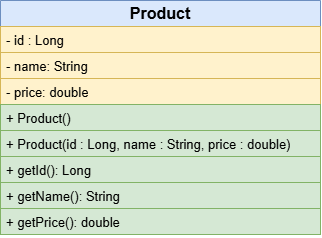
Above: docs/uml/Product.drawio.png in Hasaka05/products-api (draw.io), before the change. Source tidied: cells renumbered, new cells last; positions are measured from the earlier drawing's top-left corner, leaving out a move shared by most shapes. Its diagram source:
```xml
<mxGraphModel>
  <root>
    <mxCell id="0" />
    <mxCell id="1" parent="0" />
    <mxCell id="2" value="&lt;font style=&quot;font-size: 16px;&quot;&gt;&lt;b style=&quot;&quot;&gt;Product&lt;/b&gt;&lt;/font&gt;" style="swimlane;fontStyle=0;horizontal=1;startSize=26;fillColor=#dae8fc;whiteSpace=wrap;html=1;strokeColor=#6c8ebf;" parent="1" vertex="1">
      <mxGeometry width="320" height="104" as="geometry" />
    </mxCell>
    <mxCell id="3" value="&lt;font style=&quot;font-size: 13px;&quot;&gt;&lt;span&gt;- &lt;/span&gt;&lt;span&gt;id &lt;/span&gt;&lt;span&gt;: &lt;/span&gt;&lt;span&gt;Long&lt;/span&gt;&lt;/font&gt;" style="text;strokeColor=#d6b656;fillColor=#fff2cc;align=left;verticalAlign=top;spacingLeft=4;spacingRight=4;overflow=hidden;whiteSpace=wrap;html=1;" parent="2" vertex="1">
      <mxGeometry y="26" width="320" height="26" as="geometry" />
    </mxCell>
    <mxCell id="4" value="&lt;font style=&quot;font-size: 13px;&quot;&gt;&lt;span&gt;- name:&lt;/span&gt;&lt;span&gt;&amp;nbsp;&lt;/span&gt;&lt;span&gt;String&lt;/span&gt;&lt;/font&gt;" style="text;strokeColor=#d6b656;fillColor=#fff2cc;align=left;verticalAlign=top;spacingLeft=4;spacingRight=4;overflow=hidden;whiteSpace=wrap;html=1;" parent="2" vertex="1">
      <mxGeometry y="52" width="320" height="26" as="geometry" />
    </mxCell>
    <mxCell id="5" value="&lt;font style=&quot;font-size: 13px;&quot;&gt;&lt;span&gt;- price:&lt;/span&gt;&lt;span&gt;&amp;nbsp;&lt;/span&gt;&lt;span&gt;double&lt;/span&gt;&lt;/font&gt;" style="text;strokeColor=#d6b656;fillColor=#fff2cc;align=left;verticalAlign=top;spacingLeft=4;spacingRight=4;overflow=hidden;whiteSpace=wrap;html=1;" parent="2" vertex="1">
      <mxGeometry y="78" width="320" height="26" as="geometry" />
    </mxCell>
    <mxCell id="6" value="&lt;font style=&quot;font-size: 13px;&quot;&gt;&lt;span&gt;- price:&lt;/span&gt;&lt;span&gt;&amp;nbsp;&lt;/span&gt;&lt;span&gt;double&lt;/span&gt;&lt;/font&gt;" style="text;strokeColor=#d6b656;fillColor=#fff2cc;align=left;verticalAlign=top;spacingLeft=4;spacingRight=4;overflow=hidden;whiteSpace=wrap;html=1;" parent="1" vertex="1">
      <mxGeometry y="78" width="320" height="26" as="geometry" />
    </mxCell>
    <mxCell id="7" value="&lt;font style=&quot;font-size: 13px;&quot;&gt;&lt;span&gt;+ &lt;/span&gt;&lt;span&gt;Product()&lt;/span&gt;&lt;/font&gt;" style="text;strokeColor=#82b366;fillColor=#d5e8d4;align=left;verticalAlign=top;spacingLeft=4;spacingRight=4;overflow=hidden;points=[[0,0.5],[1,0.5]];portConstraint=eastwest;whiteSpace=wrap;html=1;" parent="1" vertex="1">
      <mxGeometry y="104" width="320" height="26" as="geometry" />
    </mxCell>
    <mxCell id="8" value="&lt;font style=&quot;font-size: 13px;&quot;&gt;&lt;span&gt;+ &lt;/span&gt;&lt;span&gt;Product(id &lt;/span&gt;&lt;span&gt;: &lt;/span&gt;&lt;span&gt;Long, &lt;/span&gt;&lt;span&gt;name &lt;/span&gt;&lt;span&gt;: &lt;/span&gt;&lt;span&gt;String, &lt;/span&gt;&lt;span&gt;price &lt;/span&gt;&lt;span&gt;: &lt;/span&gt;&lt;span&gt;double)&lt;/span&gt;&lt;/font&gt;" style="text;strokeColor=#82b366;fillColor=#d5e8d4;align=left;verticalAlign=top;spacingLeft=4;spacingRight=4;overflow=hidden;whiteSpace=wrap;html=1;" parent="1" vertex="1">
      <mxGeometry y="130" width="320" height="26" as="geometry" />
    </mxCell>
    <mxCell id="9" value="&lt;font style=&quot;font-size: 13px;&quot;&gt;&lt;span&gt;+ &lt;/span&gt;&lt;span&gt;getId():&lt;/span&gt;&lt;span&gt;&amp;nbsp;&lt;/span&gt;&lt;span&gt;Long&lt;/span&gt;&lt;/font&gt;" style="text;strokeColor=#82b366;fillColor=#d5e8d4;align=left;verticalAlign=top;spacingLeft=4;spacingRight=4;overflow=hidden;whiteSpace=wrap;html=1;" parent="1" vertex="1">
      <mxGeometry y="156" width="320" height="26" as="geometry" />
    </mxCell>
    <mxCell id="10" value="&lt;font style=&quot;font-size: 13px;&quot;&gt;&lt;span&gt;+ &lt;/span&gt;&lt;span&gt;getPrice():&lt;/span&gt;&lt;span&gt;&amp;nbsp;&lt;/span&gt;&lt;span&gt;double&lt;/span&gt;&lt;/font&gt;" style="text;strokeColor=#82b366;fillColor=#d5e8d4;align=left;verticalAlign=top;spacingLeft=4;spacingRight=4;overflow=hidden;whiteSpace=wrap;html=1;" parent="1" vertex="1">
      <mxGeometry y="208" width="320" height="26" as="geometry" />
    </mxCell>
    <mxCell id="11" value="&lt;font style=&quot;font-size: 13px;&quot;&gt;&lt;span&gt;+ &lt;/span&gt;&lt;span&gt;getName():&lt;/span&gt;&lt;span&gt;&amp;nbsp;&lt;/span&gt;&lt;span&gt;String&lt;/span&gt;&lt;/font&gt;" style="text;strokeColor=#82b366;fillColor=#d5e8d4;align=left;verticalAlign=top;spacingLeft=4;spacingRight=4;overflow=hidden;whiteSpace=wrap;html=1;" parent="1" vertex="1">
      <mxGeometry y="182" width="320" height="26" as="geometry" />
    </mxCell>
  </root>
</mxGraphModel>
```
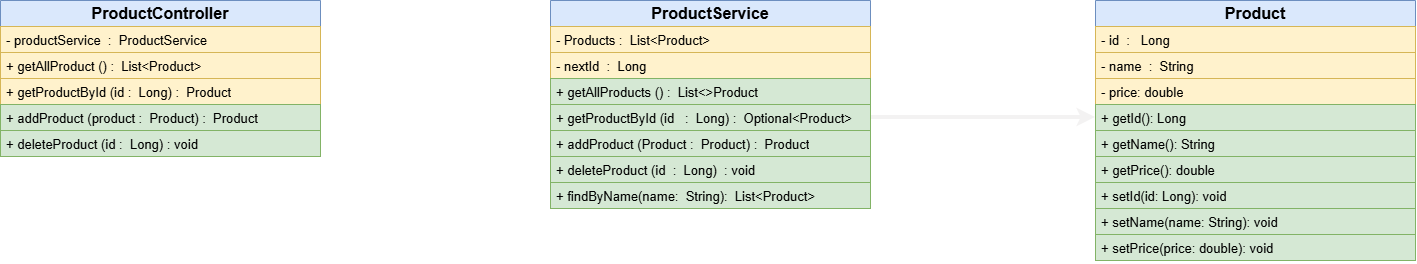
Later version of the same file.

Commit message:
git commit -m "Tutorial 3: ProductService with List - four CRUD endpoints working"

Change to the diagram source:
```diff
@@ -5,32 +5,80 @@
     <mxCell id="2" value="&lt;font style=&quot;font-size: 16px;&quot;&gt;&lt;b style=&quot;&quot;&gt;Product&lt;/b&gt;&lt;/font&gt;" style="swimlane;fontStyle=0;horizontal=1;startSize=26;fillColor=#dae8fc;whiteSpace=wrap;html=1;strokeColor=#6c8ebf;" parent="1" vertex="1">
       <mxGeometry width="320" height="104" as="geometry" />
     </mxCell>
-    <mxCell id="3" value="&lt;font style=&quot;font-size: 13px;&quot;&gt;&lt;span&gt;- &lt;/span&gt;&lt;span&gt;id &lt;/span&gt;&lt;span&gt;: &lt;/span&gt;&lt;span&gt;Long&lt;/span&gt;&lt;/font&gt;" style="text;strokeColor=#d6b656;fillColor=#fff2cc;align=left;verticalAlign=top;spacingLeft=4;spacingRight=4;overflow=hidden;whiteSpace=wrap;html=1;" parent="2" vertex="1">
+    <mxCell id="3" value="&lt;font style=&quot;font-size: 13px;&quot;&gt;&lt;span&gt;- &lt;/span&gt;&lt;span&gt;id&amp;nbsp; :&amp;nbsp;&amp;nbsp;&lt;/span&gt;&lt;span&gt;&amp;nbsp;&lt;/span&gt;&lt;span&gt;Long&lt;/span&gt;&lt;/font&gt;" style="text;strokeColor=#d6b656;fillColor=#fff2cc;align=left;verticalAlign=top;spacingLeft=4;spacingRight=4;overflow=hidden;whiteSpace=wrap;html=1;" parent="2" vertex="1">
       <mxGeometry y="26" width="320" height="26" as="geometry" />
     </mxCell>
-    <mxCell id="4" value="&lt;font style=&quot;font-size: 13px;&quot;&gt;&lt;span&gt;- name:&lt;/span&gt;&lt;span&gt;&amp;nbsp;&lt;/span&gt;&lt;span&gt;String&lt;/span&gt;&lt;/font&gt;" style="text;strokeColor=#d6b656;fillColor=#fff2cc;align=left;verticalAlign=top;spacingLeft=4;spacingRight=4;overflow=hidden;whiteSpace=wrap;html=1;" parent="2" vertex="1">
+    <mxCell id="4" value="&lt;font style=&quot;font-size: 13px;&quot;&gt;&lt;span&gt;- name&amp;nbsp; :&amp;nbsp;&amp;nbsp;&lt;/span&gt;&lt;span&gt;String&lt;/span&gt;&lt;/font&gt;" style="text;strokeColor=#d6b656;fillColor=#fff2cc;align=left;verticalAlign=top;spacingLeft=4;spacingRight=4;overflow=hidden;whiteSpace=wrap;html=1;" parent="2" vertex="1">
       <mxGeometry y="52" width="320" height="26" as="geometry" />
     </mxCell>
     <mxCell id="5" value="&lt;font style=&quot;font-size: 13px;&quot;&gt;&lt;span&gt;- price:&lt;/span&gt;&lt;span&gt;&amp;nbsp;&lt;/span&gt;&lt;span&gt;double&lt;/span&gt;&lt;/font&gt;" style="text;strokeColor=#d6b656;fillColor=#fff2cc;align=left;verticalAlign=top;spacingLeft=4;spacingRight=4;overflow=hidden;whiteSpace=wrap;html=1;" parent="2" vertex="1">
       <mxGeometry y="78" width="320" height="26" as="geometry" />
     </mxCell>
-    <mxCell id="6" value="&lt;font style=&quot;font-size: 13px;&quot;&gt;&lt;span&gt;- price:&lt;/span&gt;&lt;span&gt;&amp;nbsp;&lt;/span&gt;&lt;span&gt;double&lt;/span&gt;&lt;/font&gt;" style="text;strokeColor=#d6b656;fillColor=#fff2cc;align=left;verticalAlign=top;spacingLeft=4;spacingRight=4;overflow=hidden;whiteSpace=wrap;html=1;" parent="1" vertex="1">
-      <mxGeometry y="78" width="320" height="26" as="geometry" />
-    </mxCell>
-    <mxCell id="7" value="&lt;font style=&quot;font-size: 13px;&quot;&gt;&lt;span&gt;+ &lt;/span&gt;&lt;span&gt;Product()&lt;/span&gt;&lt;/font&gt;" style="text;strokeColor=#82b366;fillColor=#d5e8d4;align=left;verticalAlign=top;spacingLeft=4;spacingRight=4;overflow=hidden;points=[[0,0.5],[1,0.5]];portConstraint=eastwest;whiteSpace=wrap;html=1;" parent="1" vertex="1">
+    <mxCell id="7" value="&lt;span style=&quot;font-size: 13px;&quot;&gt;+ &lt;/span&gt;&lt;span style=&quot;font-size: 13px;&quot;&gt;getId():&lt;/span&gt;&lt;span style=&quot;font-size: 13px;&quot;&gt; &lt;/span&gt;&lt;span style=&quot;font-size: 13px;&quot;&gt;Long&lt;/span&gt;" style="text;strokeColor=#82b366;fillColor=#d5e8d4;align=left;verticalAlign=top;spacingLeft=4;spacingRight=4;overflow=hidden;points=[[0,0.5],[1,0.5]];portConstraint=eastwest;whiteSpace=wrap;html=1;" parent="1" vertex="1">
       <mxGeometry y="104" width="320" height="26" as="geometry" />
     </mxCell>
-    <mxCell id="8" value="&lt;font style=&quot;font-size: 13px;&quot;&gt;&lt;span&gt;+ &lt;/span&gt;&lt;span&gt;Product(id &lt;/span&gt;&lt;span&gt;: &lt;/span&gt;&lt;span&gt;Long, &lt;/span&gt;&lt;span&gt;name &lt;/span&gt;&lt;span&gt;: &lt;/span&gt;&lt;span&gt;String, &lt;/span&gt;&lt;span&gt;price &lt;/span&gt;&lt;span&gt;: &lt;/span&gt;&lt;span&gt;double)&lt;/span&gt;&lt;/font&gt;" style="text;strokeColor=#82b366;fillColor=#d5e8d4;align=left;verticalAlign=top;spacingLeft=4;spacingRight=4;overflow=hidden;whiteSpace=wrap;html=1;" parent="1" vertex="1">
+    <mxCell id="8" value="&lt;span style=&quot;font-size: 13px;&quot;&gt;+ &lt;/span&gt;&lt;span style=&quot;font-size: 13px;&quot;&gt;getName():&lt;/span&gt;&lt;span style=&quot;font-size: 13px;&quot;&gt; &lt;/span&gt;&lt;span style=&quot;font-size: 13px;&quot;&gt;String&lt;/span&gt;" style="text;strokeColor=#82b366;fillColor=#d5e8d4;align=left;verticalAlign=top;spacingLeft=4;spacingRight=4;overflow=hidden;whiteSpace=wrap;html=1;" parent="1" vertex="1">
       <mxGeometry y="130" width="320" height="26" as="geometry" />
     </mxCell>
-    <mxCell id="9" value="&lt;font style=&quot;font-size: 13px;&quot;&gt;&lt;span&gt;+ &lt;/span&gt;&lt;span&gt;getId():&lt;/span&gt;&lt;span&gt;&amp;nbsp;&lt;/span&gt;&lt;span&gt;Long&lt;/span&gt;&lt;/font&gt;" style="text;strokeColor=#82b366;fillColor=#d5e8d4;align=left;verticalAlign=top;spacingLeft=4;spacingRight=4;overflow=hidden;whiteSpace=wrap;html=1;" parent="1" vertex="1">
+    <mxCell id="9" value="&lt;span style=&quot;font-size: 13px;&quot;&gt;+ &lt;/span&gt;&lt;span style=&quot;font-size: 13px;&quot;&gt;getPrice():&lt;/span&gt;&lt;span style=&quot;font-size: 13px;&quot;&gt; &lt;/span&gt;&lt;span style=&quot;font-size: 13px;&quot;&gt;double&lt;/span&gt;" style="text;strokeColor=#82b366;fillColor=#d5e8d4;align=left;verticalAlign=top;spacingLeft=4;spacingRight=4;overflow=hidden;whiteSpace=wrap;html=1;" parent="1" vertex="1">
       <mxGeometry y="156" width="320" height="26" as="geometry" />
     </mxCell>
-    <mxCell id="10" value="&lt;font style=&quot;font-size: 13px;&quot;&gt;&lt;span&gt;+ &lt;/span&gt;&lt;span&gt;getPrice():&lt;/span&gt;&lt;span&gt;&amp;nbsp;&lt;/span&gt;&lt;span&gt;double&lt;/span&gt;&lt;/font&gt;" style="text;strokeColor=#82b366;fillColor=#d5e8d4;align=left;verticalAlign=top;spacingLeft=4;spacingRight=4;overflow=hidden;whiteSpace=wrap;html=1;" parent="1" vertex="1">
+    <mxCell id="10" value="&lt;font style=&quot;font-size: 13px;&quot;&gt;+ setName(name: String): void&lt;/font&gt;" style="text;strokeColor=#82b366;fillColor=#d5e8d4;align=left;verticalAlign=top;spacingLeft=4;spacingRight=4;overflow=hidden;whiteSpace=wrap;html=1;" parent="1" vertex="1">
       <mxGeometry y="208" width="320" height="26" as="geometry" />
     </mxCell>
-    <mxCell id="11" value="&lt;font style=&quot;font-size: 13px;&quot;&gt;&lt;span&gt;+ &lt;/span&gt;&lt;span&gt;getName():&lt;/span&gt;&lt;span&gt;&amp;nbsp;&lt;/span&gt;&lt;span&gt;String&lt;/span&gt;&lt;/font&gt;" style="text;strokeColor=#82b366;fillColor=#d5e8d4;align=left;verticalAlign=top;spacingLeft=4;spacingRight=4;overflow=hidden;whiteSpace=wrap;html=1;" parent="1" vertex="1">
+    <mxCell id="11" value="&lt;font style=&quot;font-size: 13px;&quot;&gt;+ setId(id: Long): void&lt;/font&gt;" style="text;strokeColor=#82b366;fillColor=#d5e8d4;align=left;verticalAlign=top;spacingLeft=4;spacingRight=4;overflow=hidden;whiteSpace=wrap;html=1;" parent="1" vertex="1">
       <mxGeometry y="182" width="320" height="26" as="geometry" />
     </mxCell>
+    <mxCell id="12" value="&lt;font style=&quot;font-size: 13px;&quot;&gt;+ setPrice(price: double): void&lt;/font&gt;" style="text;strokeColor=#82b366;fillColor=#d5e8d4;align=left;verticalAlign=top;spacingLeft=4;spacingRight=4;overflow=hidden;whiteSpace=wrap;html=1;" parent="1" vertex="1">
+      <mxGeometry y="234" width="320" height="26" as="geometry" />
+    </mxCell>
+    <mxCell id="13" value="&lt;span style=&quot;font-size: 13px;&quot;&gt;+ findByName(name:&amp;nbsp; String):&amp;nbsp; List&amp;lt;Product&amp;gt;&amp;nbsp;&amp;nbsp;&lt;/span&gt;" style="text;strokeColor=#82b366;fillColor=#d5e8d4;align=left;verticalAlign=top;spacingLeft=4;spacingRight=4;overflow=hidden;whiteSpace=wrap;html=1;" parent="1" vertex="1">
+      <mxGeometry x="-545" y="182" width="320" height="26" as="geometry" />
+    </mxCell>
+    <mxCell id="14" value="&lt;span style=&quot;font-size: 13px;&quot;&gt;+ deleteProduct (id&amp;nbsp; :&amp;nbsp; Long)&amp;nbsp; : void&lt;/span&gt;" style="text;strokeColor=#82b366;fillColor=#d5e8d4;align=left;verticalAlign=top;spacingLeft=4;spacingRight=4;overflow=hidden;whiteSpace=wrap;html=1;" parent="1" vertex="1">
+      <mxGeometry x="-545" y="156" width="320" height="26" as="geometry" />
+    </mxCell>
+    <mxCell id="15" value="&lt;span style=&quot;font-size: 13px;&quot;&gt;+ addProduct (Product :&amp;nbsp; Product) :&amp;nbsp; Product&lt;/span&gt;" style="text;strokeColor=#82b366;fillColor=#d5e8d4;align=left;verticalAlign=top;spacingLeft=4;spacingRight=4;overflow=hidden;whiteSpace=wrap;html=1;" parent="1" vertex="1">
+      <mxGeometry x="-545" y="130" width="320" height="26" as="geometry" />
+    </mxCell>
+    <mxCell id="16" value="&lt;font style=&quot;font-size: 16px;&quot;&gt;&lt;b style=&quot;&quot;&gt;ProductService&lt;/b&gt;&lt;/font&gt;" style="swimlane;fontStyle=0;horizontal=1;startSize=26;fillColor=#dae8fc;whiteSpace=wrap;html=1;strokeColor=#6c8ebf;" parent="1" vertex="1">
+      <mxGeometry x="-545" width="320" height="104" as="geometry" />
+    </mxCell>
+    <mxCell id="17" value="&lt;font style=&quot;font-size: 13px;&quot;&gt;&lt;span&gt;- Products :&lt;/span&gt;&lt;span&gt;&amp;nbsp; List&amp;lt;Product&amp;gt;&amp;nbsp; &amp;nbsp;&amp;nbsp;&lt;/span&gt;&lt;/font&gt;" style="text;strokeColor=#d6b656;fillColor=#fff2cc;align=left;verticalAlign=top;spacingLeft=4;spacingRight=4;overflow=hidden;whiteSpace=wrap;html=1;" parent="16" vertex="1">
+      <mxGeometry y="26" width="320" height="26" as="geometry" />
+    </mxCell>
+    <mxCell id="18" value="&lt;font style=&quot;font-size: 13px;&quot;&gt;&lt;span&gt;- nextId&amp;nbsp; :&amp;nbsp; Long&lt;/span&gt;&lt;/font&gt;" style="text;strokeColor=#d6b656;fillColor=#fff2cc;align=left;verticalAlign=top;spacingLeft=4;spacingRight=4;overflow=hidden;whiteSpace=wrap;html=1;" parent="16" vertex="1">
+      <mxGeometry y="52" width="320" height="26" as="geometry" />
+    </mxCell>
+    <mxCell id="19" value="&lt;span style=&quot;font-size: 13px;&quot;&gt;+ getAllProducts () :&amp;nbsp; List&amp;lt;&amp;gt;Product&lt;/span&gt;" style="text;strokeColor=#82b366;fillColor=#d5e8d4;align=left;verticalAlign=top;spacingLeft=4;spacingRight=4;overflow=hidden;whiteSpace=wrap;html=1;" parent="16" vertex="1">
+      <mxGeometry y="78" width="320" height="26" as="geometry" />
+    </mxCell>
+    <mxCell id="20" style="edgeStyle=orthogonalEdgeStyle;rounded=0;jettySize=auto;html=1;exitX=1;exitY=0.5;exitDx=0;exitDy=0;entryX=0;entryY=0.5;entryDx=0;entryDy=0;strokeColor=light-dark(#f3f2f2, #ededed);strokeWidth=4;" parent="1" edge="1" source="21" target="7">
+      <mxGeometry relative="1" as="geometry" />
+    </mxCell>
+    <mxCell id="21" value="&lt;span style=&quot;font-size: 13px;&quot;&gt;+ getProductById (id&amp;nbsp; &amp;nbsp;:&amp;nbsp; Long) :&amp;nbsp; Optional&amp;lt;Product&amp;gt;&amp;nbsp;&amp;nbsp;&lt;/span&gt;" style="text;strokeColor=#82b366;fillColor=#d5e8d4;align=left;verticalAlign=top;spacingLeft=4;spacingRight=4;overflow=hidden;points=[[0,0.5],[1,0.5]];portConstraint=eastwest;whiteSpace=wrap;html=1;" parent="1" vertex="1">
+      <mxGeometry x="-545" y="104" width="320" height="26" as="geometry" />
+    </mxCell>
+    <mxCell id="22" style="edgeStyle=orthogonalEdgeStyle;rounded=0;jettySize=auto;html=1;exitX=1;exitY=0.75;exitDx=0;exitDy=0;entryX=0;entryY=0.75;entryDx=0;entryDy=0;dashed=1;dashPattern=1 2;strokeWidth=4;strokeColor=light-dark(#ffffff, #ededed);" parent="1" edge="1" source="23" target="16">
+      <mxGeometry relative="1" as="geometry" />
+    </mxCell>
+    <mxCell id="23" value="&lt;font style=&quot;font-size: 16px;&quot;&gt;&lt;b style=&quot;&quot;&gt;ProductController&lt;/b&gt;&lt;/font&gt;" style="swimlane;fontStyle=0;horizontal=1;startSize=26;fillColor=#dae8fc;whiteSpace=wrap;html=1;strokeColor=#6c8ebf;" parent="1" vertex="1">
+      <mxGeometry x="-1095" width="320" height="104" as="geometry" />
+    </mxCell>
+    <mxCell id="24" value="&lt;font style=&quot;font-size: 13px;&quot;&gt;&lt;span&gt;- productService&amp;nbsp; :&amp;nbsp; ProductService&lt;/span&gt;&lt;/font&gt;" style="text;strokeColor=#d6b656;fillColor=#fff2cc;align=left;verticalAlign=top;spacingLeft=4;spacingRight=4;overflow=hidden;whiteSpace=wrap;html=1;" parent="23" vertex="1">
+      <mxGeometry y="26" width="320" height="26" as="geometry" />
+    </mxCell>
+    <mxCell id="25" value="&lt;span style=&quot;font-size: 13px;&quot;&gt;+ getAllProduct () :&amp;nbsp; List&amp;lt;Product&amp;gt;&lt;/span&gt;" style="text;strokeColor=#d6b656;fillColor=#fff2cc;align=left;verticalAlign=top;spacingLeft=4;spacingRight=4;overflow=hidden;whiteSpace=wrap;html=1;" parent="23" vertex="1">
+      <mxGeometry y="52" width="320" height="26" as="geometry" />
+    </mxCell>
+    <mxCell id="26" value="&lt;span style=&quot;font-size: 13px;&quot;&gt;+ getProductById (id :&amp;nbsp; Long) :&amp;nbsp; Product&lt;/span&gt;" style="text;strokeColor=#d6b656;fillColor=#fff2cc;align=left;verticalAlign=top;spacingLeft=4;spacingRight=4;overflow=hidden;whiteSpace=wrap;html=1;" parent="23" vertex="1">
+      <mxGeometry y="78" width="320" height="26" as="geometry" />
+    </mxCell>
+    <mxCell id="27" value="&lt;span style=&quot;font-size: 13px;&quot;&gt;+ addProduct (product :&amp;nbsp; Product) :&amp;nbsp; Product&lt;/span&gt;" style="text;strokeColor=#82b366;fillColor=#d5e8d4;align=left;verticalAlign=top;spacingLeft=4;spacingRight=4;overflow=hidden;whiteSpace=wrap;html=1;" parent="1" vertex="1">
+      <mxGeometry x="-1095" y="104" width="320" height="26" as="geometry" />
+    </mxCell>
+    <mxCell id="28" value="&lt;span style=&quot;font-size: 13px;&quot;&gt;+ deleteProduct (id :&amp;nbsp; Long) : void&lt;/span&gt;" style="text;strokeColor=#82b366;fillColor=#d5e8d4;align=left;verticalAlign=top;spacingLeft=4;spacingRight=4;overflow=hidden;whiteSpace=wrap;html=1;" parent="1" vertex="1">
+      <mxGeometry x="-1095" y="130" width="320" height="26" as="geometry" />
+    </mxCell>
   </root>
 </mxGraphModel>
```
